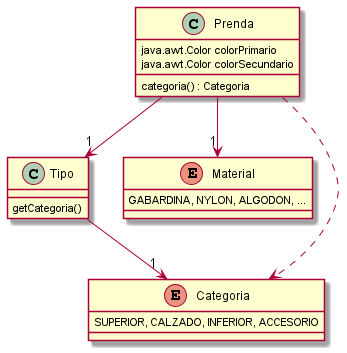
Earlier version of the PlantUML export Diagrama de Clases.png (mecsafonso/QueMePongo2). The source it was exported from:
```plantuml
@startuml

class Prenda{
java.awt.Color colorPrimario
java.awt.Color colorSecundario
categoria() : Categoria
}
class Tipo{
getCategoria()
}
enum Material{
GABARDINA, NYLON, ALGODON, ...
}
enum Categoria{
SUPERIOR, CALZADO, INFERIOR, ACCESORIO
}

Tipo --> "1" Categoria
Prenda --> "1" Material
Prenda --> "1" Tipo
Prenda ..> Categoria


@enduml
```
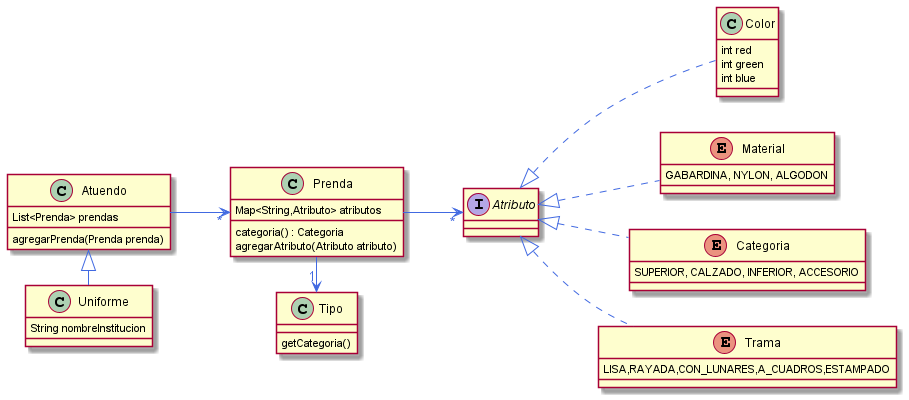
The same file after the commit.

The edit, as a diff of the source:
```diff
@@ -1,24 +1,56 @@
 @startuml
+left to right direction
+skinparam backgroundColor transparent
+skinparam arrowFontColor royalblue
+skinparam arrowColor royalblue
 
 class Prenda{
-java.awt.Color colorPrimario
-java.awt.Color colorSecundario
+Map<String,Atributo> atributos
 categoria() : Categoria
+agregarAtributo(Atributo atributo)
 }
 class Tipo{
 getCategoria()
 }
+class Color{
+int red
+int green
+int blue
+}
+
 enum Material{
-GABARDINA, NYLON, ALGODON, ...
+GABARDINA, NYLON, ALGODON
 }
 enum Categoria{
 SUPERIOR, CALZADO, INFERIOR, ACCESORIO
 }
+enum Trama{
+LISA,RAYADA,CON_LUNARES,A_CUADROS,ESTAMPADO
+}
 
-Tipo --> "1" Categoria
-Prenda --> "1" Material
-Prenda --> "1" Tipo
-Prenda ..> Categoria
+interface Atributo{
+}
 
+Prenda --right> "1" Tipo
+Prenda --> "*" Atributo
+
+Material ..up|> Atributo
+Categoria ..up|> Atributo
+Trama ..up|> Atributo
+Color ..up|> Atributo
+
+class Atuendo{
+List<Prenda> prendas
+ agregarPrenda(Prenda prenda)
+}
+
+Atuendo --> "*" Prenda
+
+class Uniforme{
+String nombreInstitucion
+
+}
+
+Uniforme --left|> Atuendo
 
 @enduml
```
